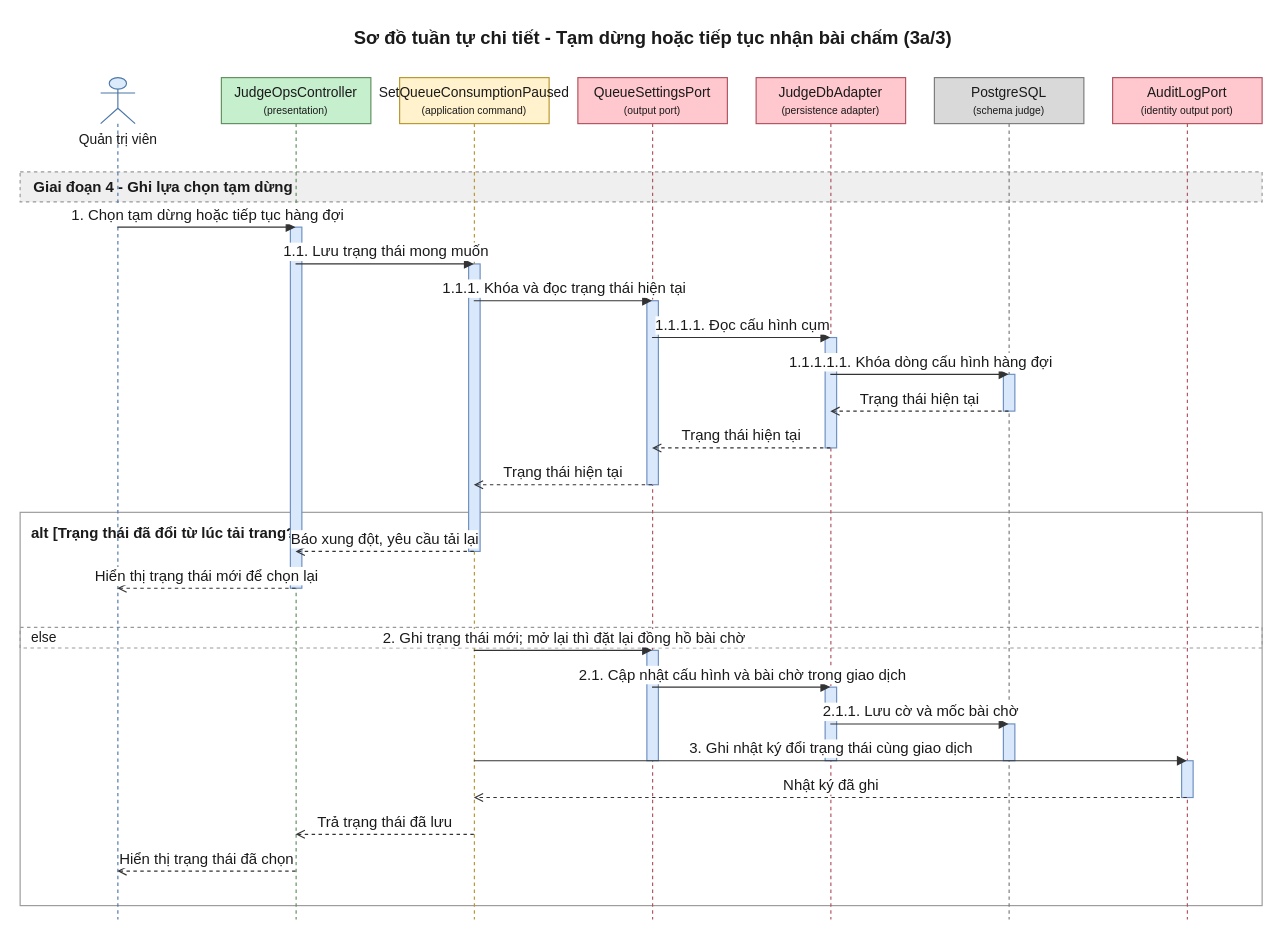
Above: 08-diagram/sequence/admin/sequence_admin_giam_sat_hang_doi_p3.drawio in daiphu1801/PRJ_ALGOPREP (draw.io), before the change. Source tidied: cells renumbered, new cells numbered last; positions are measured from the earlier drawing's top-left corner, leaving out a move shared by most shapes. Both pictures are drawn from the tidied source at 115%, with x=0, y=0 at pixel (20, 20).
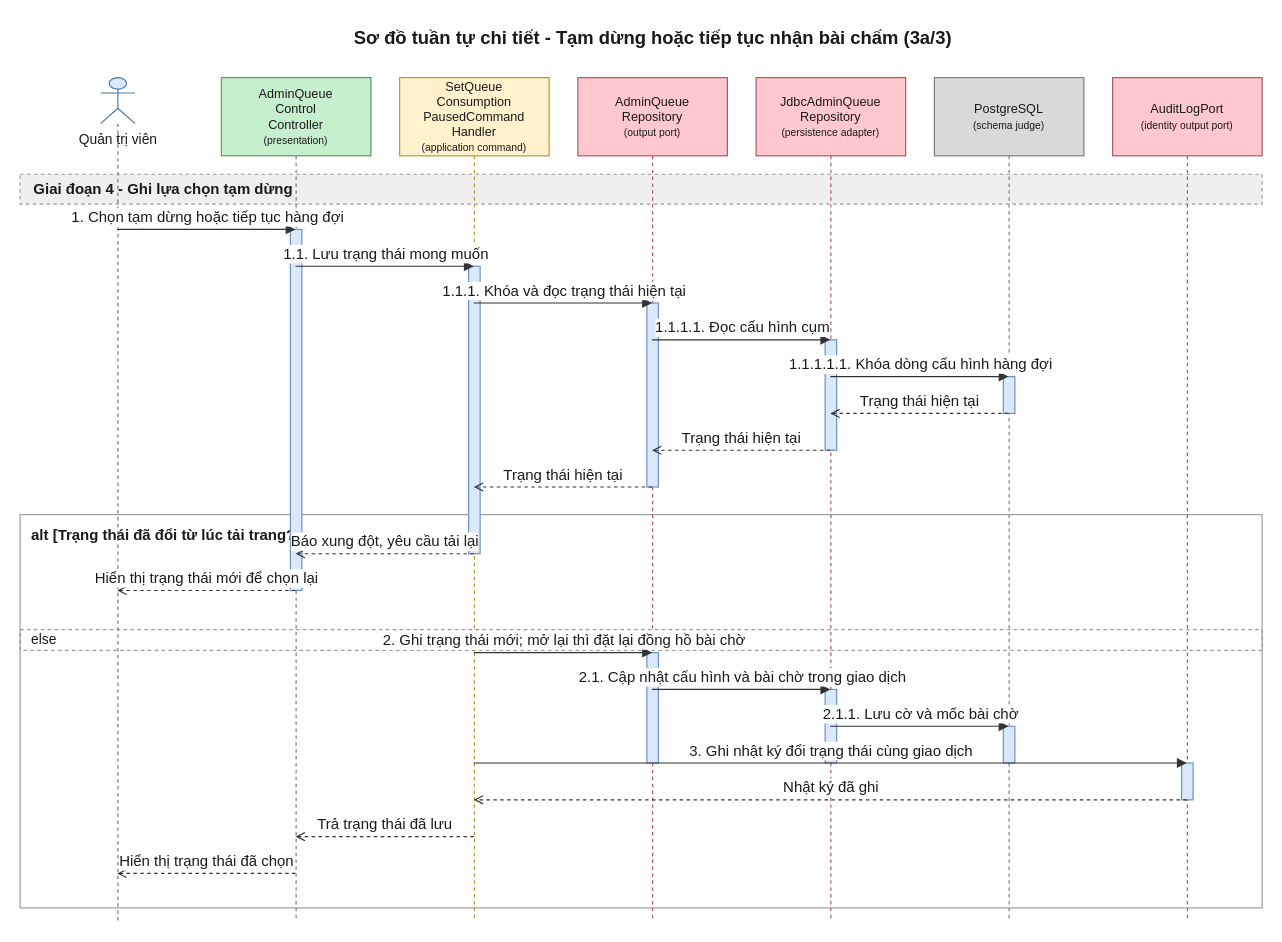
The same page after the edit.

The edit, as a diff of the source:
```diff
@@
     <mxCell id="3" value="alt [Trạng thái đã đổi từ lúc tải trang?]" style="algoprep=alt;rounded=0;whiteSpace=wrap;html=1;fillColor=none;strokeColor=#999999;verticalAlign=top;align=left;spacingLeft=8;spacingTop=4;fontColor=#1A1A1A;fontSize=13;fontStyle=1;dashed=0;" parent="1" vertex="1">
-      <mxGeometry y="428" width="1080" height="342" as="geometry" />
+      <mxGeometry y="430" width="1080" height="342" as="geometry" />
     </mxCell>
     <mxCell id="4" value="else" style="text;html=1;dashed=1;strokeColor=#999999;fillColor=none;align=left;verticalAlign=middle;spacingLeft=8;fontColor=#1A1A1A;fontSize=12;" parent="1" vertex="1">
-      <mxGeometry y="528" width="1080" height="18" as="geometry" />
+      <mxGeometry y="530" width="1080" height="18" as="geometry" />
     </mxCell>
     <mxCell id="5" value="Giai đoạn 4 - Ghi lựa chọn tạm dừng" style="algoprep=phase;rounded=0;whiteSpace=wrap;html=1;fillColor=#EFEFEF;strokeColor=#999999;dashed=1;align=left;verticalAlign=middle;spacingLeft=10;fontColor=#1A1A1A;fontSize=13;fontStyle=1;" parent="1" vertex="1">
-      <mxGeometry y="132" width="1080" height="26" as="geometry" />
+      <mxGeometry y="134" width="1080" height="26" as="geometry" />
     </mxCell>
     <mxCell id="6" value="Quản trị viên" style="shape=umlLifeline;participant=umlActor;perimeter=lifelinePerimeter;html=1;outlineConnect=0;size=40;verticalAlign=top;spacingTop=40;fillColor=#DCEBFC;strokeColor=#4A76A8;fontColor=#1A1A1A;" parent="1" vertex="1">
-      <mxGeometry x="70" y="50" width="30" height="732" as="geometry" />
+      <mxGeometry x="70" y="50" width="30" height="734" as="geometry" />
     </mxCell>
-    <mxCell id="7" value="JudgeOpsController&lt;br&gt;&lt;font style=&quot;font-size:9px&quot;&gt;(presentation)&lt;/font&gt;" style="shape=umlLifeline;perimeter=lifelinePerimeter;whiteSpace=wrap;html=1;outlineConnect=0;size=40;fillColor=#C6EFCE;strokeColor=#5E8E5E;fontColor=#1A1A1A;" parent="1" vertex="1">
-      <mxGeometry x="175" y="50" width="130" height="732" as="geometry" />
+    <mxCell id="7" value="AdminQueue&lt;br&gt;Control&lt;br&gt;Controller&lt;br&gt;&lt;font style=&quot;font-size:9px&quot;&gt;(presentation)&lt;/font&gt;" style="shape=umlLifeline;perimeter=lifelinePerimeter;whiteSpace=wrap;html=1;outlineConnect=0;size=68;fontSize=11;fillColor=#C6EFCE;strokeColor=#5E8E5E;fontColor=#1A1A1A;" parent="1" vertex="1">
+      <mxGeometry x="175" y="50" width="130" height="734" as="geometry" />
     </mxCell>
-    <mxCell id="8" value="SetQueueConsumptionPaused&lt;br&gt;&lt;font style=&quot;font-size:9px&quot;&gt;(application command)&lt;/font&gt;" style="shape=umlLifeline;perimeter=lifelinePerimeter;whiteSpace=wrap;html=1;outlineConnect=0;size=40;fillColor=#FFF2CC;strokeColor=#B8952A;fontColor=#1A1A1A;" parent="1" vertex="1">
-      <mxGeometry x="330" y="50" width="130" height="732" as="geometry" />
+    <mxCell id="8" value="SetQueue&lt;br&gt;Consumption&lt;br&gt;PausedCommand&lt;br&gt;Handler&lt;br&gt;&lt;font style=&quot;font-size:9px&quot;&gt;(application command)&lt;/font&gt;" style="shape=umlLifeline;perimeter=lifelinePerimeter;whiteSpace=wrap;html=1;outlineConnect=0;size=68;fontSize=11;fillColor=#FFF2CC;strokeColor=#B8952A;fontColor=#1A1A1A;" parent="1" vertex="1">
+      <mxGeometry x="330" y="50" width="130" height="734" as="geometry" />
     </mxCell>
-    <mxCell id="9" value="QueueSettingsPort&lt;br&gt;&lt;font style=&quot;font-size:9px&quot;&gt;(output port)&lt;/font&gt;" style="shape=umlLifeline;perimeter=lifelinePerimeter;whiteSpace=wrap;html=1;outlineConnect=0;size=40;fillColor=#FFC7CE;strokeColor=#B0525E;fontColor=#1A1A1A;" parent="1" vertex="1">
-      <mxGeometry x="485" y="50" width="130" height="732" as="geometry" />
+    <mxCell id="9" value="AdminQueue&lt;br&gt;Repository&lt;br&gt;&lt;font style=&quot;font-size:9px&quot;&gt;(output port)&lt;/font&gt;" style="shape=umlLifeline;perimeter=lifelinePerimeter;whiteSpace=wrap;html=1;outlineConnect=0;size=68;fontSize=11;fillColor=#FFC7CE;strokeColor=#B0525E;fontColor=#1A1A1A;" parent="1" vertex="1">
+      <mxGeometry x="485" y="50" width="130" height="734" as="geometry" />
     </mxCell>
-    <mxCell id="10" value="JudgeDbAdapter&lt;br&gt;&lt;font style=&quot;font-size:9px&quot;&gt;(persistence adapter)&lt;/font&gt;" style="shape=umlLifeline;perimeter=lifelinePerimeter;whiteSpace=wrap;html=1;outlineConnect=0;size=40;fillColor=#FFC7CE;strokeColor=#B0525E;fontColor=#1A1A1A;" parent="1" vertex="1">
-      <mxGeometry x="640" y="50" width="130" height="732" as="geometry" />
+    <mxCell id="10" value="JdbcAdminQueue&lt;br&gt;Repository&lt;br&gt;&lt;font style=&quot;font-size:9px&quot;&gt;(persistence adapter)&lt;/font&gt;" style="shape=umlLifeline;perimeter=lifelinePerimeter;whiteSpace=wrap;html=1;outlineConnect=0;size=68;fontSize=11;fillColor=#FFC7CE;strokeColor=#B0525E;fontColor=#1A1A1A;" parent="1" vertex="1">
+      <mxGeometry x="640" y="50" width="130" height="734" as="geometry" />
     </mxCell>
-    <mxCell id="11" value="PostgreSQL&lt;br&gt;&lt;font style=&quot;font-size:9px&quot;&gt;(schema judge)&lt;/font&gt;" style="shape=umlLifeline;perimeter=lifelinePerimeter;whiteSpace=wrap;html=1;outlineConnect=0;size=40;fillColor=#D9D9D9;strokeColor=#7A7A7A;fontColor=#1A1A1A;" parent="1" vertex="1">
-      <mxGeometry x="795" y="50" width="130" height="732" as="geometry" />
+    <mxCell id="11" value="PostgreSQL&lt;br&gt;&lt;font style=&quot;font-size:9px&quot;&gt;(schema judge)&lt;/font&gt;" style="shape=umlLifeline;perimeter=lifelinePerimeter;whiteSpace=wrap;html=1;outlineConnect=0;size=68;fontSize=11;fillColor=#D9D9D9;strokeColor=#7A7A7A;fontColor=#1A1A1A;" parent="1" vertex="1">
+      <mxGeometry x="795" y="50" width="130" height="734" as="geometry" />
     </mxCell>
-    <mxCell id="12" value="AuditLogPort&lt;br&gt;&lt;font style=&quot;font-size:9px&quot;&gt;(identity output port)&lt;/font&gt;" style="shape=umlLifeline;perimeter=lifelinePerimeter;whiteSpace=wrap;html=1;outlineConnect=0;size=40;fillColor=#FFC7CE;strokeColor=#B0525E;fontColor=#1A1A1A;" parent="1" vertex="1">
-      <mxGeometry x="950" y="50" width="130" height="732" as="geometry" />
+    <mxCell id="12" value="AuditLogPort&lt;br&gt;&lt;font style=&quot;font-size:9px&quot;&gt;(identity output port)&lt;/font&gt;" style="shape=umlLifeline;perimeter=lifelinePerimeter;whiteSpace=wrap;html=1;outlineConnect=0;size=68;fontSize=11;fillColor=#FFC7CE;strokeColor=#B0525E;fontColor=#1A1A1A;" parent="1" vertex="1">
+      <mxGeometry x="950" y="50" width="130" height="734" as="geometry" />
     </mxCell>
     <mxCell id="13" style="html=1;perimeter=orthogonalPerimeter;targetShapes=umlLifeline;fillColor=#DAE8FC;strokeColor=#6C8EBF;" parent="11" vertex="1">
-      <mxGeometry x="60" y="258" width="10" height="32" as="geometry" />
+      <mxGeometry x="60" y="260" width="10" height="32" as="geometry" />
     </mxCell>
     <mxCell id="14" style="html=1;perimeter=orthogonalPerimeter;targetShapes=umlLifeline;fillColor=#DAE8FC;strokeColor=#6C8EBF;" parent="10" vertex="1">
-      <mxGeometry x="60" y="226" width="10" height="96" as="geometry" />
+      <mxGeometry x="60" y="228" width="10" height="96" as="geometry" />
     </mxCell>
     <mxCell id="15" style="html=1;perimeter=orthogonalPerimeter;targetShapes=umlLifeline;fillColor=#DAE8FC;strokeColor=#6C8EBF;" parent="9" vertex="1">
-      <mxGeometry x="60" y="194" width="10" height="160" as="geometry" />
+      <mxGeometry x="60" y="196" width="10" height="160" as="geometry" />
     </mxCell>
     <mxCell id="16" style="html=1;perimeter=orthogonalPerimeter;targetShapes=umlLifeline;fillColor=#DAE8FC;strokeColor=#6C8EBF;" parent="8" vertex="1">
-      <mxGeometry x="60" y="162" width="10" height="250" as="geometry" />
+      <mxGeometry x="60" y="164" width="10" height="250" as="geometry" />
     </mxCell>
     <mxCell id="17" style="html=1;perimeter=orthogonalPerimeter;targetShapes=umlLifeline;fillColor=#DAE8FC;strokeColor=#6C8EBF;" parent="7" vertex="1">
-      <mxGeometry x="60" y="130" width="10" height="314" as="geometry" />
+      <mxGeometry x="60" y="132" width="10" height="314" as="geometry" />
     </mxCell>
     <mxCell id="18" style="html=1;perimeter=orthogonalPerimeter;targetShapes=umlLifeline;fillColor=#DAE8FC;strokeColor=#6C8EBF;" parent="11" vertex="1">
-      <mxGeometry x="60" y="562" width="10" height="32" as="geometry" />
+      <mxGeometry x="60" y="564" width="10" height="32" as="geometry" />
     </mxCell>
     <mxCell id="19" style="html=1;perimeter=orthogonalPerimeter;targetShapes=umlLifeline;fillColor=#DAE8FC;strokeColor=#6C8EBF;" parent="10" vertex="1">
-      <mxGeometry x="60" y="530" width="10" height="64" as="geometry" />
+      <mxGeometry x="60" y="532" width="10" height="64" as="geometry" />
     </mxCell>
     <mxCell id="20" style="html=1;perimeter=orthogonalPerimeter;targetShapes=umlLifeline;fillColor=#DAE8FC;strokeColor=#6C8EBF;" parent="9" vertex="1">
-      <mxGeometry x="60" y="498" width="10" height="96" as="geometry" />
+      <mxGeometry x="60" y="500" width="10" height="96" as="geometry" />
     </mxCell>
     <mxCell id="21" style="html=1;perimeter=orthogonalPerimeter;targetShapes=umlLifeline;fillColor=#DAE8FC;strokeColor=#6C8EBF;" parent="12" vertex="1">
-      <mxGeometry x="60" y="594" width="10" height="32" as="geometry" />
+      <mxGeometry x="60" y="596" width="10" height="32" as="geometry" />
     </mxCell>
-    <mxCell id="22" value="1. Chọn tạm dừng hoặc tiếp tục hàng đợi" style="edgeStyle=none;html=1;endArrow=block;endFill=1;strokeColor=#333333;fontColor=#1A1A1A;fontSize=13;verticalAlign=bottom;exitX=0.5;exitY=0.1776;exitDx=0;exitDy=0;entryX=0.5;entryY=0.1776;entryDx=0;entryDy=0;" parent="1" edge="1" source="6" target="7">
+    <mxCell id="22" value="1. Chọn tạm dừng hoặc tiếp tục hàng đợi" style="edgeStyle=none;html=1;endArrow=block;endFill=1;strokeColor=#333333;fontColor=#1A1A1A;fontSize=13;verticalAlign=bottom;exitX=0.5;exitY=0.1798;exitDx=0;exitDy=0;entryX=0.5;entryY=0.1798;entryDx=0;entryDy=0;" parent="1" edge="1" source="6" target="7">
       <mxGeometry relative="1" as="geometry" />
     </mxCell>
-    <mxCell id="23" value="1.1. Lưu trạng thái mong muốn" style="edgeStyle=none;html=1;endArrow=block;endFill=1;strokeColor=#333333;fontColor=#1A1A1A;fontSize=13;verticalAlign=bottom;exitX=0.5;exitY=0.2213;exitDx=0;exitDy=0;entryX=0.5;entryY=0.2213;entryDx=0;entryDy=0;" parent="1" edge="1" source="7" target="8">
+    <mxCell id="23" value="1.1. Lưu trạng thái mong muốn" style="edgeStyle=none;html=1;endArrow=block;endFill=1;strokeColor=#333333;fontColor=#1A1A1A;fontSize=13;verticalAlign=bottom;exitX=0.5;exitY=0.2234;exitDx=0;exitDy=0;entryX=0.5;entryY=0.2234;entryDx=0;entryDy=0;" parent="1" edge="1" source="7" target="8">
       <mxGeometry relative="1" as="geometry" />
     </mxCell>
-    <mxCell id="24" value="1.1.1. Khóa và đọc trạng thái hiện tại" style="edgeStyle=none;html=1;endArrow=block;endFill=1;strokeColor=#333333;fontColor=#1A1A1A;fontSize=13;verticalAlign=bottom;exitX=0.5;exitY=0.2650;exitDx=0;exitDy=0;entryX=0.5;entryY=0.2650;entryDx=0;entryDy=0;" parent="1" edge="1" source="8" target="9">
+    <mxCell id="24" value="1.1.1. Khóa và đọc trạng thái hiện tại" style="edgeStyle=none;html=1;endArrow=block;endFill=1;strokeColor=#333333;fontColor=#1A1A1A;fontSize=13;verticalAlign=bottom;exitX=0.5;exitY=0.2670;exitDx=0;exitDy=0;entryX=0.5;entryY=0.2670;entryDx=0;entryDy=0;" parent="1" edge="1" source="8" target="9">
       <mxGeometry relative="1" as="geometry" />
     </mxCell>
-    <mxCell id="25" value="1.1.1.1. Đọc cấu hình cụm" style="edgeStyle=none;html=1;endArrow=block;endFill=1;strokeColor=#333333;fontColor=#1A1A1A;fontSize=13;verticalAlign=bottom;exitX=0.5;exitY=0.3087;exitDx=0;exitDy=0;entryX=0.5;entryY=0.3087;entryDx=0;entryDy=0;" parent="1" edge="1" source="9" target="10">
+    <mxCell id="25" value="1.1.1.1. Đọc cấu hình cụm" style="edgeStyle=none;html=1;endArrow=block;endFill=1;strokeColor=#333333;fontColor=#1A1A1A;fontSize=13;verticalAlign=bottom;exitX=0.5;exitY=0.3106;exitDx=0;exitDy=0;entryX=0.5;entryY=0.3106;entryDx=0;entryDy=0;" parent="1" edge="1" source="9" target="10">
       <mxGeometry relative="1" as="geometry" />
     </mxCell>
-    <mxCell id="26" value="1.1.1.1.1. Khóa dòng cấu hình hàng đợi" style="edgeStyle=none;html=1;endArrow=block;endFill=1;strokeColor=#333333;fontColor=#1A1A1A;fontSize=13;verticalAlign=bottom;exitX=0.5;exitY=0.3525;exitDx=0;exitDy=0;entryX=0.5;entryY=0.3525;entryDx=0;entryDy=0;" parent="1" edge="1" source="10" target="11">
+    <mxCell id="26" value="1.1.1.1.1. Khóa dòng cấu hình hàng đợi" style="edgeStyle=none;html=1;endArrow=block;endFill=1;strokeColor=#333333;fontColor=#1A1A1A;fontSize=13;verticalAlign=bottom;exitX=0.5;exitY=0.3542;exitDx=0;exitDy=0;entryX=0.5;entryY=0.3542;entryDx=0;entryDy=0;" parent="1" edge="1" source="10" target="11">
       <mxGeometry relative="1" as="geometry" />
     </mxCell>
-    <mxCell id="27" value="Trạng thái hiện tại" style="edgeStyle=none;html=1;endArrow=open;endFill=0;dashed=1;strokeColor=#333333;fontColor=#1A1A1A;fontSize=13;verticalAlign=bottom;exitX=0.5;exitY=0.3962;exitDx=0;exitDy=0;entryX=0.5;entryY=0.3962;entryDx=0;entryDy=0;" parent="1" edge="1" source="11" target="10">
+    <mxCell id="27" value="Trạng thái hiện tại" style="edgeStyle=none;html=1;endArrow=open;endFill=0;dashed=1;strokeColor=#333333;fontColor=#1A1A1A;fontSize=13;verticalAlign=bottom;exitX=0.5;exitY=0.3978;exitDx=0;exitDy=0;entryX=0.5;entryY=0.3978;entryDx=0;entryDy=0;" parent="1" edge="1" source="11" target="10">
       <mxGeometry relative="1" as="geometry" />
     </mxCell>
-    <mxCell id="28" value="Trạng thái hiện tại" style="edgeStyle=none;html=1;endArrow=open;endFill=0;dashed=1;strokeColor=#333333;fontColor=#1A1A1A;fontSize=13;verticalAlign=bottom;exitX=0.5;exitY=0.4399;exitDx=0;exitDy=0;entryX=0.5;entryY=0.4399;entryDx=0;entryDy=0;" parent="1" edge="1" source="10" target="9">
+    <mxCell id="28" value="Trạng thái hiện tại" style="edgeStyle=none;html=1;endArrow=open;endFill=0;dashed=1;strokeColor=#333333;fontColor=#1A1A1A;fontSize=13;verticalAlign=bottom;exitX=0.5;exitY=0.4414;exitDx=0;exitDy=0;entryX=0.5;entryY=0.4414;entryDx=0;entryDy=0;" parent="1" edge="1" source="10" target="9">
       <mxGeometry relative="1" as="geometry" />
     </mxCell>
-    <mxCell id="29" value="Trạng thái hiện tại" style="edgeStyle=none;html=1;endArrow=open;endFill=0;dashed=1;strokeColor=#333333;fontColor=#1A1A1A;fontSize=13;verticalAlign=bottom;exitX=0.5;exitY=0.4836;exitDx=0;exitDy=0;entryX=0.5;entryY=0.4836;entryDx=0;entryDy=0;" parent="1" edge="1" source="9" target="8">
+    <mxCell id="29" value="Trạng thái hiện tại" style="edgeStyle=none;html=1;endArrow=open;endFill=0;dashed=1;strokeColor=#333333;fontColor=#1A1A1A;fontSize=13;verticalAlign=bottom;exitX=0.5;exitY=0.4850;exitDx=0;exitDy=0;entryX=0.5;entryY=0.4850;entryDx=0;entryDy=0;" parent="1" edge="1" source="9" target="8">
       <mxGeometry relative="1" as="geometry" />
     </mxCell>
-    <mxCell id="30" value="Báo xung đột, yêu cầu tải lại" style="edgeStyle=none;html=1;endArrow=open;endFill=0;dashed=1;strokeColor=#333333;fontColor=#1A1A1A;fontSize=13;verticalAlign=bottom;exitX=0.5;exitY=0.5628;exitDx=0;exitDy=0;entryX=0.5;entryY=0.5628;entryDx=0;entryDy=0;" parent="1" edge="1" source="8" target="7">
+    <mxCell id="30" value="Báo xung đột, yêu cầu tải lại" style="edgeStyle=none;html=1;endArrow=open;endFill=0;dashed=1;strokeColor=#333333;fontColor=#1A1A1A;fontSize=13;verticalAlign=bottom;exitX=0.5;exitY=0.5640;exitDx=0;exitDy=0;entryX=0.5;entryY=0.5640;entryDx=0;entryDy=0;" parent="1" edge="1" source="8" target="7">
       <mxGeometry relative="1" as="geometry" />
     </mxCell>
-    <mxCell id="31" value="Hiển thị trạng thái mới để chọn lại" style="edgeStyle=none;html=1;endArrow=open;endFill=0;dashed=1;strokeColor=#333333;fontColor=#1A1A1A;fontSize=13;verticalAlign=bottom;exitX=0.5;exitY=0.6066;exitDx=0;exitDy=0;entryX=0.5;entryY=0.6066;entryDx=0;entryDy=0;" parent="1" edge="1" source="7" target="6">
+    <mxCell id="31" value="Hiển thị trạng thái mới để chọn lại" style="edgeStyle=none;html=1;endArrow=open;endFill=0;dashed=1;strokeColor=#333333;fontColor=#1A1A1A;fontSize=13;verticalAlign=bottom;exitX=0.5;exitY=0.6076;exitDx=0;exitDy=0;entryX=0.5;entryY=0.6076;entryDx=0;entryDy=0;" parent="1" edge="1" source="7" target="6">
       <mxGeometry relative="1" as="geometry" />
     </mxCell>
-    <mxCell id="32" value="2. Ghi trạng thái mới; mở lại thì đặt lại đồng hồ bài chờ" style="edgeStyle=none;html=1;endArrow=block;endFill=1;strokeColor=#333333;fontColor=#1A1A1A;fontSize=13;verticalAlign=bottom;exitX=0.5;exitY=0.6803;exitDx=0;exitDy=0;entryX=0.5;entryY=0.6803;entryDx=0;entryDy=0;" parent="1" edge="1" source="8" target="9">
+    <mxCell id="32" value="2. Ghi trạng thái mới; mở lại thì đặt lại đồng hồ bài chờ" style="edgeStyle=none;html=1;endArrow=block;endFill=1;strokeColor=#333333;fontColor=#1A1A1A;fontSize=13;verticalAlign=bottom;exitX=0.5;exitY=0.6812;exitDx=0;exitDy=0;entryX=0.5;entryY=0.6812;entryDx=0;entryDy=0;" parent="1" edge="1" source="8" target="9">
       <mxGeometry relative="1" as="geometry" />
     </mxCell>
-    <mxCell id="33" value="2.1. Cập nhật cấu hình và bài chờ trong giao dịch" style="edgeStyle=none;html=1;endArrow=block;endFill=1;strokeColor=#333333;fontColor=#1A1A1A;fontSize=13;verticalAlign=bottom;exitX=0.5;exitY=0.7240;exitDx=0;exitDy=0;entryX=0.5;entryY=0.7240;entryDx=0;entryDy=0;" parent="1" edge="1" source="9" target="10">
+    <mxCell id="33" value="2.1. Cập nhật cấu hình và bài chờ trong giao dịch" style="edgeStyle=none;html=1;endArrow=block;endFill=1;strokeColor=#333333;fontColor=#1A1A1A;fontSize=13;verticalAlign=bottom;exitX=0.5;exitY=0.7248;exitDx=0;exitDy=0;entryX=0.5;entryY=0.7248;entryDx=0;entryDy=0;" parent="1" edge="1" source="9" target="10">
       <mxGeometry relative="1" as="geometry" />
     </mxCell>
-    <mxCell id="34" value="2.1.1. Lưu cờ và mốc bài chờ" style="edgeStyle=none;html=1;endArrow=block;endFill=1;strokeColor=#333333;fontColor=#1A1A1A;fontSize=13;verticalAlign=bottom;exitX=0.5;exitY=0.7678;exitDx=0;exitDy=0;entryX=0.5;entryY=0.7678;entryDx=0;entryDy=0;" parent="1" edge="1" source="10" target="11">
+    <mxCell id="34" value="2.1.1. Lưu cờ và mốc bài chờ" style="edgeStyle=none;html=1;endArrow=block;endFill=1;strokeColor=#333333;fontColor=#1A1A1A;fontSize=13;verticalAlign=bottom;exitX=0.5;exitY=0.7684;exitDx=0;exitDy=0;entryX=0.5;entryY=0.7684;entryDx=0;entryDy=0;" parent="1" edge="1" source="10" target="11">
       <mxGeometry relative="1" as="geometry" />
     </mxCell>
-    <mxCell id="35" value="3. Ghi nhật ký đổi trạng thái cùng giao dịch" style="edgeStyle=none;html=1;endArrow=block;endFill=1;strokeColor=#333333;fontColor=#1A1A1A;fontSize=13;verticalAlign=bottom;exitX=0.5;exitY=0.8115;exitDx=0;exitDy=0;entryX=0.5;entryY=0.8115;entryDx=0;entryDy=0;" parent="1" edge="1" source="8" target="12">
+    <mxCell id="35" value="3. Ghi nhật ký đổi trạng thái cùng giao dịch" style="edgeStyle=none;html=1;endArrow=block;endFill=1;strokeColor=#333333;fontColor=#1A1A1A;fontSize=13;verticalAlign=bottom;exitX=0.5;exitY=0.8120;exitDx=0;exitDy=0;entryX=0.5;entryY=0.8120;entryDx=0;entryDy=0;" parent="1" edge="1" source="8" target="12">
       <mxGeometry relative="1" as="geometry" />
     </mxCell>
-    <mxCell id="36" value="Nhật ký đã ghi" style="edgeStyle=none;html=1;endArrow=open;endFill=0;dashed=1;strokeColor=#333333;fontColor=#1A1A1A;fontSize=13;verticalAlign=bottom;exitX=0.5;exitY=0.8552;exitDx=0;exitDy=0;entryX=0.5;entryY=0.8552;entryDx=0;entryDy=0;" parent="1" edge="1" source="12" target="8">
+    <mxCell id="36" value="Nhật ký đã ghi" style="edgeStyle=none;html=1;endArrow=open;endFill=0;dashed=1;strokeColor=#333333;fontColor=#1A1A1A;fontSize=13;verticalAlign=bottom;exitX=0.5;exitY=0.8556;exitDx=0;exitDy=0;entryX=0.5;entryY=0.8556;entryDx=0;entryDy=0;" parent="1" edge="1" source="12" target="8">
       <mxGeometry relative="1" as="geometry" />
     </mxCell>
-    <mxCell id="37" value="Trả trạng thái đã lưu" style="edgeStyle=none;html=1;endArrow=open;endFill=0;dashed=1;strokeColor=#333333;fontColor=#1A1A1A;fontSize=13;verticalAlign=bottom;exitX=0.5;exitY=0.8989;exitDx=0;exitDy=0;entryX=0.5;entryY=0.8989;entryDx=0;entryDy=0;" parent="1" edge="1" source="8" target="7">
+    <mxCell id="37" value="Trả trạng thái đã lưu" style="edgeStyle=none;html=1;endArrow=open;endFill=0;dashed=1;strokeColor=#333333;fontColor=#1A1A1A;fontSize=13;verticalAlign=bottom;exitX=0.5;exitY=0.8992;exitDx=0;exitDy=0;entryX=0.5;entryY=0.8992;entryDx=0;entryDy=0;" parent="1" edge="1" source="8" target="7">
       <mxGeometry relative="1" as="geometry" />
     </mxCell>
-    <mxCell id="38" value="Hiển thị trạng thái đã chọn" style="edgeStyle=none;html=1;endArrow=open;endFill=0;dashed=1;strokeColor=#333333;fontColor=#1A1A1A;fontSize=13;verticalAlign=bottom;exitX=0.5;exitY=0.9426;exitDx=0;exitDy=0;entryX=0.5;entryY=0.9426;entryDx=0;entryDy=0;" parent="1" edge="1" source="7" target="6">
+    <mxCell id="38" value="Hiển thị trạng thái đã chọn" style="edgeStyle=none;html=1;endArrow=open;endFill=0;dashed=1;strokeColor=#333333;fontColor=#1A1A1A;fontSize=13;verticalAlign=bottom;exitX=0.5;exitY=0.9428;exitDx=0;exitDy=0;entryX=0.5;entryY=0.9428;entryDx=0;entryDy=0;" parent="1" edge="1" source="7" target="6">
       <mxGeometry relative="1" as="geometry" />
     </mxCell>
```
